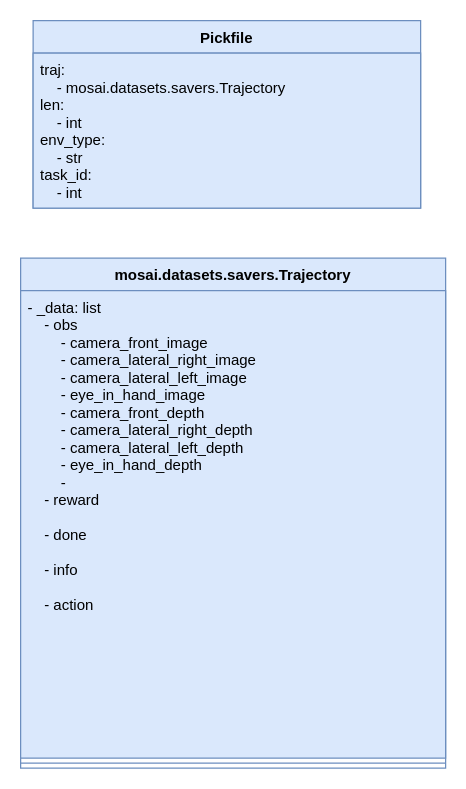
The draw.io diagram page "Pickle_file_format" (1 of 3) of doc/Dataset_mlf_doc.drawio in ciccio42/Multi-Task-LFD-Framework, before the edit. Source tidied: cells renumbered, new cells numbered last; positions are measured from the earlier drawing's top-left corner, leaving out a move shared by most shapes. Both pictures are drawn from the tidied source at 125%, with x=0, y=0 at pixel (20, 20).
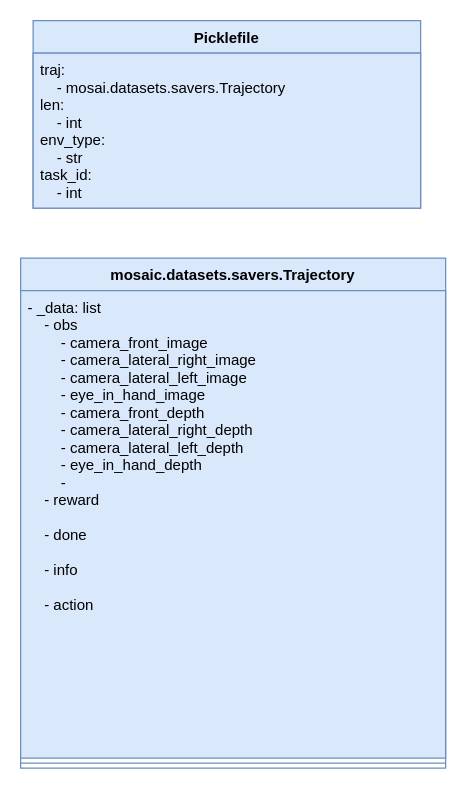
Above is the later version.

What changed in the source:
```diff
@@
 <mxGraphModel>
   <root>
     <mxCell id="0" />
     <mxCell id="1" parent="0" />
-    <mxCell id="2" value="Pickfile" style="swimlane;fontStyle=1;horizontal=1;startSize=26;fillColor=#dae8fc;strokeColor=#6c8ebf;" parent="1" vertex="1">
+    <mxCell id="2" value="Picklefile" style="swimlane;fontStyle=1;horizontal=1;startSize=26;fillColor=#dae8fc;strokeColor=#6c8ebf;" parent="1" vertex="1">
       <mxGeometry x="10" width="310" height="150" as="geometry" />
     </mxCell>
     <mxCell id="3" value="traj:&#10;    - mosai.datasets.savers.Trajectory&#10;len:&#10;    - int&#10;env_type:&#10;    - str&#10;task_id:&#10;    - int&#10;" style="text;strokeColor=#6c8ebf;fillColor=#dae8fc;align=left;verticalAlign=top;spacingLeft=4;spacingRight=4;overflow=hidden;" parent="2" vertex="1">
       <mxGeometry y="26" width="310" height="124" as="geometry" />
     </mxCell>
-    <mxCell id="4" value="mosai.datasets.savers.Trajectory" style="swimlane;fontStyle=1;align=center;verticalAlign=top;horizontal=1;startSize=26;fillColor=#dae8fc;strokeColor=#6c8ebf;" parent="1" vertex="1">
+    <mxCell id="4" value="mosaic.datasets.savers.Trajectory" style="swimlane;fontStyle=1;align=center;verticalAlign=top;horizontal=1;startSize=26;fillColor=#dae8fc;strokeColor=#6c8ebf;" parent="1" vertex="1">
       <mxGeometry y="190" width="340" height="408" as="geometry" />
     </mxCell>
     <mxCell id="5" value="- _data: list&#10;    - obs&#10;        - camera_front_image&#10;        - camera_lateral_right_image        &#10;        - camera_lateral_left_image&#10;        - eye_in_hand_image&#10;        - camera_front_depth&#10;        - camera_lateral_right_depth         &#10;        - camera_lateral_left_depth         &#10;        - eye_in_hand_depth&#10;        -    &#10;    - reward&#10;&#10;    - done&#10;&#10;    - info &#10;&#10;    - action&#10;" style="text;strokeColor=#6c8ebf;fillColor=#dae8fc;align=left;verticalAlign=top;spacingLeft=4;spacingRight=4;overflow=hidden;fontFamily=Helvetica;" parent="4" vertex="1">
       <mxGeometry y="26" width="340" height="374" as="geometry" />
     </mxCell>
     <mxCell id="6" style="line;strokeWidth=1;fillColor=#dae8fc;align=left;verticalAlign=middle;spacingTop=-1;spacingLeft=3;spacingRight=3;labelPosition=right;strokeColor=#6c8ebf;" parent="4" vertex="1">
       <mxGeometry y="400" width="340" height="8" as="geometry" />
     </mxCell>
   </root>
 </mxGraphModel>
```
